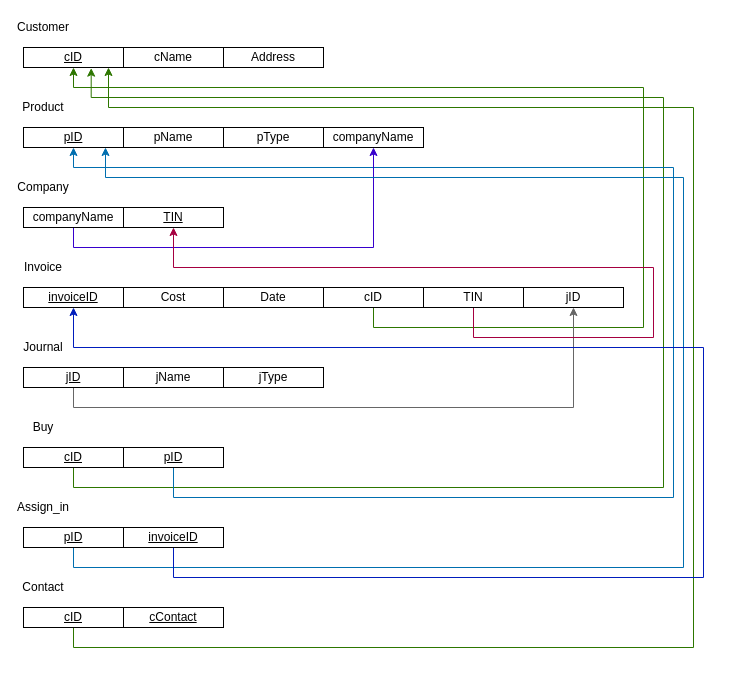
Earlier version of the draw.io diagram page "Relation" (3 of 3) of ERD_UML.drawio (6210612864/projectCN230). Source tidied: cells renumbered, new cells numbered last; positions are measured from the earlier drawing's top-left corner, leaving out a move shared by most shapes. Both pictures are drawn from the tidied source at 100%, with x=0, y=0 at pixel (23, 17).
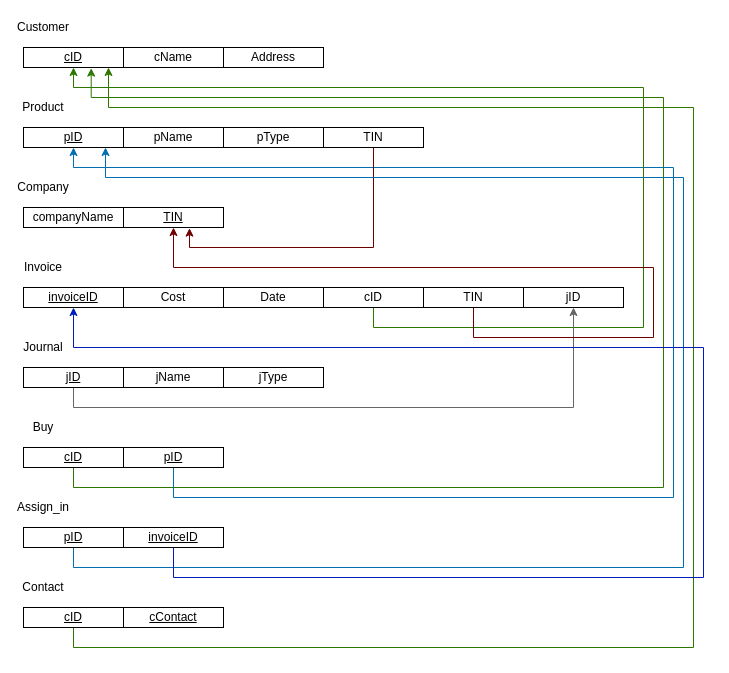
The same page after the edit.

Unchanged cells that the change refers to:
```xml
<mxCell id="17" value="&lt;u&gt;TIN&lt;/u&gt;" style="whiteSpace=wrap;html=1;align=center;" parent="1" vertex="1">
  <mxGeometry x="100" y="190" width="100" height="20" as="geometry" />
</mxCell>
<mxCell id="25" value="companyName" style="whiteSpace=wrap;html=1;align=center;" parent="1" vertex="1">
  <mxGeometry y="190" width="100" height="20" as="geometry" />
</mxCell>
<mxCell id="32" value="TIN" style="whiteSpace=wrap;html=1;align=center;" parent="1" vertex="1">
  <mxGeometry x="400" y="270" width="100" height="20" as="geometry" />
</mxCell>
```

Diff of the diagram source:
```diff
@@
+    <mxCell id="43" style="edgeStyle=orthogonalEdgeStyle;rounded=0;jettySize=auto;html=1;exitX=0.5;exitY=1;exitDx=0;exitDy=0;labelBackgroundColor=none;fontSize=11;endArrow=classic;endFill=1;entryX=0.66;entryY=1.033;entryDx=0;entryDy=0;entryPerimeter=0;fillColor=#a20025;strokeColor=#6F0000;" parent="1" edge="1" source="18" target="17">
+      <mxGeometry relative="1" as="geometry" />
+    </mxCell>
-    <mxCell id="18" value="companyName" style="whiteSpace=wrap;html=1;align=center;" parent="1" vertex="1">
+    <mxCell id="18" value="TIN" style="whiteSpace=wrap;html=1;align=center;" parent="1" vertex="1">
       <mxGeometry x="300" y="110" width="100" height="20" as="geometry" />
     </mxCell>
@@
-    <mxCell id="24" style="edgeStyle=orthogonalEdgeStyle;rounded=0;jettySize=auto;html=1;exitX=0.5;exitY=1;exitDx=0;exitDy=0;endArrow=classic;endFill=1;entryX=0.5;entryY=1;entryDx=0;entryDy=0;fillColor=#6a00ff;strokeColor=#3700CC;" parent="1" edge="1" source="25" target="18">
-      <mxGeometry relative="1" as="geometry">
-        <Array as="points">
-          <mxPoint x="50" y="230" />
-          <mxPoint x="350" y="230" />
-        </Array>
-      </mxGeometry>
-    </mxCell>
@@
-    <mxCell id="31" style="edgeStyle=orthogonalEdgeStyle;rounded=0;jettySize=auto;html=1;exitX=0.5;exitY=1;exitDx=0;exitDy=0;endArrow=classic;endFill=1;entryX=0.5;entryY=1;entryDx=0;entryDy=0;fillColor=#d80073;strokeColor=#A50040;" parent="1" edge="1" source="32" target="17">
+    <mxCell id="31" style="edgeStyle=orthogonalEdgeStyle;rounded=0;jettySize=auto;html=1;exitX=0.5;exitY=1;exitDx=0;exitDy=0;endArrow=classic;endFill=1;entryX=0.5;entryY=1;entryDx=0;entryDy=0;fillColor=#a20025;strokeColor=#6F0000;" parent="1" edge="1" source="32" target="17">
       <mxGeometry relative="1" as="geometry">
         <Array as="points">
           <mxPoint x="450" y="320" />
           <mxPoint x="630" y="320" />
           <mxPoint x="630" y="250" />
           <mxPoint x="150" y="250" />
         </Array>
       </mxGeometry>
     </mxCell>
```
